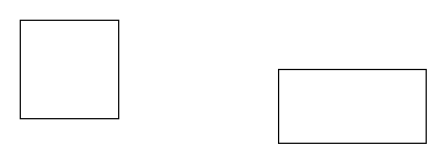
Abnerhg/textcompare keeps this draw.io diagram as Untitled Diagram.drawio. Above is the earlier version. Source tidied: cells renumbered, new cells numbered last; positions are measured from the earlier drawing's top-left corner, leaving out a move shared by most shapes. Both pictures are drawn from the tidied source at 123%, with x=0, y=0 at pixel (20, 20).
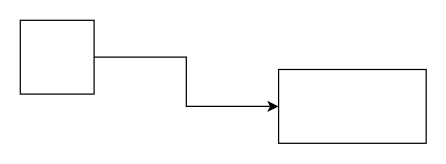
The same diagram, later.

Diff of the diagram source:
```diff
@@
 <mxGraphModel>
   <root>
     <mxCell id="0" />
     <mxCell id="1" parent="0" />
+    <mxCell id="4" style="edgeStyle=orthogonalEdgeStyle;rounded=0;jettySize=auto;html=1;exitX=1;exitY=0.5;exitDx=0;exitDy=0;entryX=0;entryY=0.5;entryDx=0;entryDy=0;" parent="1" edge="1" source="2" target="3">
+      <mxGeometry relative="1" as="geometry" />
+    </mxCell>
     <mxCell id="2" style="whiteSpace=wrap;html=1;" parent="1" vertex="1">
-      <mxGeometry width="80" height="80" as="geometry" />
+      <mxGeometry width="60" height="60" as="geometry" />
     </mxCell>
     <mxCell id="3" style="rounded=0;whiteSpace=wrap;html=1;" parent="1" vertex="1">
       <mxGeometry x="210" y="40" width="120" height="60" as="geometry" />
     </mxCell>
   </root>
 </mxGraphModel>
```
